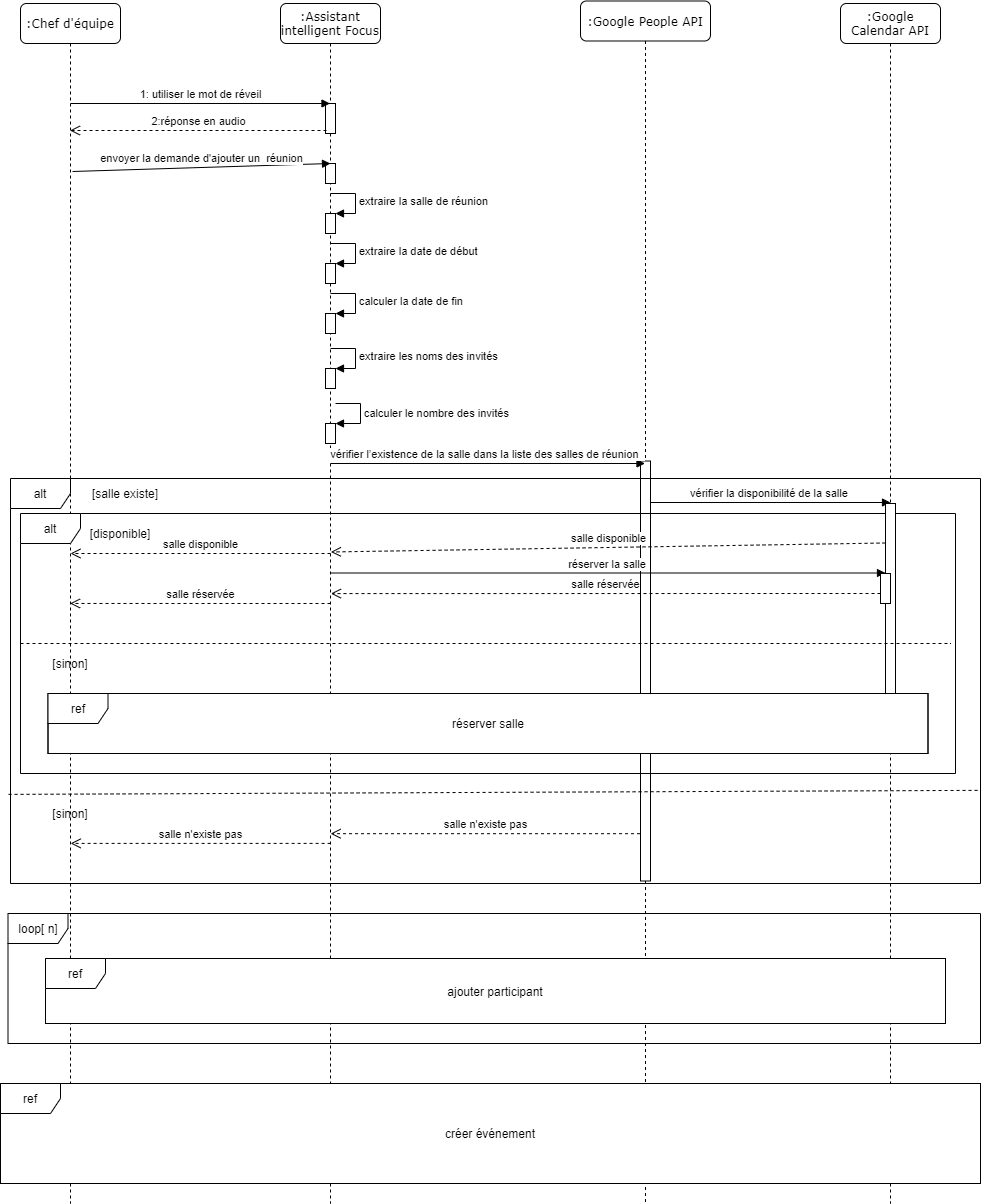
This is finalregskill.png from hanabouzid/diagrams, a draw.io export, as it was before one commit. Source tidied: cells renumbered, new cells last; positions are measured from the earlier drawing's top-left corner, leaving out a move shared by most shapes.
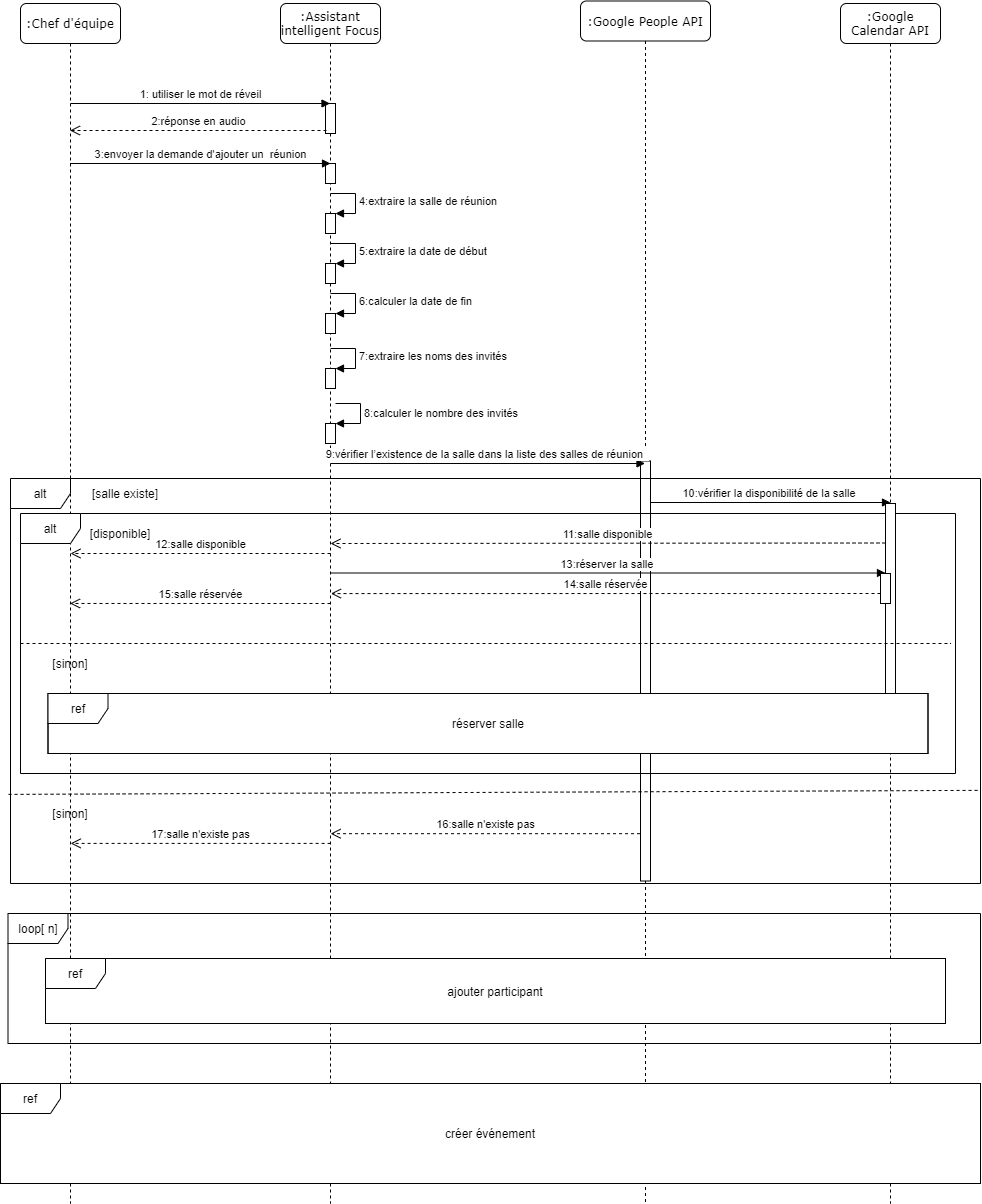
The same file after the commit.

What changed in the source:
```diff
@@ -26,7 +26,7 @@
     <mxCell id="9" style="html=1;points=[];perimeter=orthogonalPerimeter;" parent="6" vertex="1">
       <mxGeometry x="45" y="210" width="10" height="20" as="geometry" />
     </mxCell>
-    <mxCell id="10" value="extraire la salle de réunion&amp;nbsp;" style="edgeStyle=orthogonalEdgeStyle;html=1;align=left;spacingLeft=2;endArrow=block;rounded=0;entryX=1;entryY=0;" parent="6" edge="1" target="9">
+    <mxCell id="10" value="4:extraire la salle de réunion&amp;nbsp;" style="edgeStyle=orthogonalEdgeStyle;html=1;align=left;spacingLeft=2;endArrow=block;rounded=0;entryX=1;entryY=0;" parent="6" edge="1" target="9">
       <mxGeometry relative="1" as="geometry">
         <mxPoint x="50" y="190" as="sourcePoint" />
         <Array as="points">
@@ -37,7 +37,7 @@
     <mxCell id="11" style="html=1;points=[];perimeter=orthogonalPerimeter;" parent="6" vertex="1">
       <mxGeometry x="45" y="260" width="10" height="20" as="geometry" />
     </mxCell>
-    <mxCell id="12" value="extraire la date de début" style="edgeStyle=orthogonalEdgeStyle;html=1;align=left;spacingLeft=2;endArrow=block;rounded=0;entryX=1;entryY=0;" parent="6" edge="1" target="11">
+    <mxCell id="12" value="5:extraire la date de début" style="edgeStyle=orthogonalEdgeStyle;html=1;align=left;spacingLeft=2;endArrow=block;rounded=0;entryX=1;entryY=0;" parent="6" edge="1" target="11">
       <mxGeometry relative="1" as="geometry">
         <mxPoint x="50" y="240" as="sourcePoint" />
         <Array as="points">
@@ -48,7 +48,7 @@
     <mxCell id="13" style="html=1;points=[];perimeter=orthogonalPerimeter;" parent="6" vertex="1">
       <mxGeometry x="45" y="310" width="10" height="20" as="geometry" />
     </mxCell>
-    <mxCell id="14" value="calculer la date de fin" style="edgeStyle=orthogonalEdgeStyle;html=1;align=left;spacingLeft=2;endArrow=block;rounded=0;entryX=1;entryY=0;" parent="6" edge="1" target="13">
+    <mxCell id="14" value="6:calculer la date de fin" style="edgeStyle=orthogonalEdgeStyle;html=1;align=left;spacingLeft=2;endArrow=block;rounded=0;entryX=1;entryY=0;" parent="6" edge="1" target="13">
       <mxGeometry relative="1" as="geometry">
         <mxPoint x="50" y="290" as="sourcePoint" />
         <Array as="points">
@@ -59,7 +59,7 @@
     <mxCell id="15" style="html=1;points=[];perimeter=orthogonalPerimeter;" parent="6" vertex="1">
       <mxGeometry x="45" y="365" width="10" height="20" as="geometry" />
     </mxCell>
-    <mxCell id="16" value="extraire les noms des invités" style="edgeStyle=orthogonalEdgeStyle;html=1;align=left;spacingLeft=2;endArrow=block;rounded=0;entryX=1;entryY=0;" parent="6" edge="1" target="15">
+    <mxCell id="16" value="7:extraire les noms des invités" style="edgeStyle=orthogonalEdgeStyle;html=1;align=left;spacingLeft=2;endArrow=block;rounded=0;entryX=1;entryY=0;" parent="6" edge="1" target="15">
       <mxGeometry relative="1" as="geometry">
         <mxPoint x="50" y="345" as="sourcePoint" />
         <Array as="points">
@@ -80,7 +80,7 @@
         <mxPoint x="69.5" y="129" as="targetPoint" />
       </mxGeometry>
     </mxCell>
-    <mxCell id="20" value="envoyer la demande d'ajouter un&amp;nbsp; réunion" style="html=1;verticalAlign=bottom;endArrow=block;exitX=0.52;exitY=0.14;exitDx=0;exitDy=0;exitPerimeter=0;" parent="1" edge="1" source="2">
+    <mxCell id="20" value="3:envoyer la demande d'ajouter un&amp;nbsp; réunion" style="html=1;verticalAlign=bottom;endArrow=block;" parent="1" edge="1" source="2">
       <mxGeometry relative="1" as="geometry">
         <mxPoint x="330" y="162" as="targetPoint" />
       </mxGeometry>
@@ -91,7 +91,7 @@
     <mxCell id="22" value="ref" style="shape=umlFrame;whiteSpace=wrap;html=1;" parent="1" vertex="1">
       <mxGeometry y="1082" width="980" height="100" as="geometry" />
     </mxCell>
-    <mxCell id="23" value="calculer le nombre des invités" style="edgeStyle=orthogonalEdgeStyle;html=1;align=left;spacingLeft=2;endArrow=block;rounded=0;entryX=1;entryY=0;" parent="1" edge="1" target="17">
+    <mxCell id="23" value="8:calculer le nombre des invités" style="edgeStyle=orthogonalEdgeStyle;html=1;align=left;spacingLeft=2;endArrow=block;rounded=0;entryX=1;entryY=0;" parent="1" edge="1" target="17">
       <mxGeometry relative="1" as="geometry">
         <mxPoint x="335" y="402" as="sourcePoint" />
         <Array as="points">
@@ -111,7 +111,7 @@
     <mxCell id="27" value="alt" style="shape=umlFrame;whiteSpace=wrap;html=1;" parent="1" vertex="1">
       <mxGeometry x="10" y="477" width="970" height="405" as="geometry" />
     </mxCell>
-    <mxCell id="28" value="vérifier l’existence de la salle dans la liste des salles de réunion&amp;nbsp;&amp;nbsp;" style="html=1;verticalAlign=bottom;endArrow=block;" parent="1" edge="1" target="3">
+    <mxCell id="28" value="9:vérifier l’existence de la salle dans la liste des salles de réunion&amp;nbsp;&amp;nbsp;" style="html=1;verticalAlign=bottom;endArrow=block;" parent="1" edge="1" target="3">
       <mxGeometry relative="1" as="geometry">
         <mxPoint x="330" y="462" as="sourcePoint" />
       </mxGeometry>
@@ -119,7 +119,7 @@
     <mxCell id="29" value="[salle existe]" style="text;html=1;strokeColor=none;fillColor=none;align=center;verticalAlign=middle;whiteSpace=wrap;rounded=0;" parent="1" vertex="1">
       <mxGeometry x="70" y="482" width="110" height="20" as="geometry" />
     </mxCell>
-    <mxCell id="30" value="vérifier la disponibilité de la salle&amp;nbsp;" style="html=1;verticalAlign=bottom;endArrow=block;" parent="1" edge="1">
+    <mxCell id="30" value="10:vérifier la disponibilité de la salle&amp;nbsp;" style="html=1;verticalAlign=bottom;endArrow=block;" parent="1" edge="1">
       <mxGeometry relative="1" as="geometry">
         <mxPoint x="650" y="501" as="sourcePoint" />
         <mxPoint x="890" y="501" as="targetPoint" />
@@ -134,18 +134,19 @@
     <mxCell id="33" style="html=1;points=[];perimeter=orthogonalPerimeter;" parent="1" vertex="1">
       <mxGeometry x="885" y="502" width="10" height="210" as="geometry" />
     </mxCell>
-    <mxCell id="34" value="salle disponible" style="html=1;verticalAlign=bottom;endArrow=open;dashed=1;endSize=8;entryX=0.332;entryY=0.148;entryDx=0;entryDy=0;entryPerimeter=0;" parent="1" edge="1" target="31">
+    <mxCell id="34" value="11:salle disponible" style="html=1;verticalAlign=bottom;endArrow=open;dashed=1;endSize=8;" parent="1" edge="1">
       <mxGeometry relative="1" as="geometry">
         <mxPoint x="885" y="541.5" as="sourcePoint" />
+        <mxPoint x="330" y="542" as="targetPoint" />
       </mxGeometry>
     </mxCell>
-    <mxCell id="35" value="salle disponible" style="html=1;verticalAlign=bottom;endArrow=open;dashed=1;endSize=8;" parent="1" edge="1">
+    <mxCell id="35" value="12:salle disponible" style="html=1;verticalAlign=bottom;endArrow=open;dashed=1;endSize=8;" parent="1" edge="1">
       <mxGeometry relative="1" as="geometry">
         <mxPoint x="330" y="552" as="sourcePoint" />
         <mxPoint x="70" y="552" as="targetPoint" />
       </mxGeometry>
     </mxCell>
-    <mxCell id="36" value="réserver la salle&amp;nbsp;" style="html=1;verticalAlign=bottom;endArrow=block;" parent="1" edge="1" target="33">
+    <mxCell id="36" value="13:réserver la salle&amp;nbsp;" style="html=1;verticalAlign=bottom;endArrow=block;" parent="1" edge="1" target="33">
       <mxGeometry relative="1" as="geometry">
         <mxPoint x="330" y="571.5" as="sourcePoint" />
       </mxGeometry>
@@ -153,12 +154,12 @@
     <mxCell id="37" style="html=1;perimeter=orthogonalPerimeter;" parent="1" vertex="1">
       <mxGeometry x="880" y="572" width="10" height="30" as="geometry" />
     </mxCell>
-    <mxCell id="38" value="salle réservée" style="html=1;verticalAlign=bottom;endArrow=open;dashed=1;endSize=8;entryX=0.332;entryY=0.308;entryDx=0;entryDy=0;entryPerimeter=0;" parent="1" edge="1" target="31">
+    <mxCell id="38" value="14:salle réservée" style="html=1;verticalAlign=bottom;endArrow=open;dashed=1;endSize=8;entryX=0.332;entryY=0.308;entryDx=0;entryDy=0;entryPerimeter=0;" parent="1" edge="1" target="31">
       <mxGeometry relative="1" as="geometry">
         <mxPoint x="880" y="592" as="sourcePoint" />
       </mxGeometry>
     </mxCell>
-    <mxCell id="39" value="salle réservée" style="html=1;verticalAlign=bottom;endArrow=open;dashed=1;endSize=8;entryX=0.053;entryY=0.346;entryDx=0;entryDy=0;entryPerimeter=0;" parent="1" edge="1" target="31">
+    <mxCell id="39" value="15:salle réservée" style="html=1;verticalAlign=bottom;endArrow=open;dashed=1;endSize=8;entryX=0.053;entryY=0.346;entryDx=0;entryDy=0;entryPerimeter=0;" parent="1" edge="1" target="31">
       <mxGeometry relative="1" as="geometry">
         <mxPoint x="330" y="602" as="sourcePoint" />
       </mxGeometry>
@@ -178,13 +179,13 @@
     <mxCell id="44" style="endArrow=none;dashed=1;html=1;strokeWidth=1;exitX=-0.002;exitY=0.78;exitDx=0;exitDy=0;exitPerimeter=0;entryX=1;entryY=0.77;entryDx=0;entryDy=0;entryPerimeter=0;" parent="1" edge="1" source="27" target="27">
       <mxGeometry relative="1" as="geometry" />
     </mxCell>
-    <mxCell id="45" value="salle n'existe pas" style="html=1;verticalAlign=bottom;endArrow=open;dashed=1;endSize=8;strokeWidth=1;exitX=0.649;exitY=0.877;exitDx=0;exitDy=0;exitPerimeter=0;entryX=0.33;entryY=0.877;entryDx=0;entryDy=0;entryPerimeter=0;" parent="1" edge="1" source="27" target="27">
+    <mxCell id="45" value="16:salle n'existe pas" style="html=1;verticalAlign=bottom;endArrow=open;dashed=1;endSize=8;strokeWidth=1;exitX=0.649;exitY=0.877;exitDx=0;exitDy=0;exitPerimeter=0;entryX=0.33;entryY=0.877;entryDx=0;entryDy=0;entryPerimeter=0;" parent="1" edge="1" source="27" target="27">
       <mxGeometry relative="1" as="geometry" />
     </mxCell>
     <mxCell id="46" value="[sinon]" style="text;html=1;strokeColor=none;fillColor=none;align=center;verticalAlign=middle;whiteSpace=wrap;rounded=0;" parent="1" vertex="1">
       <mxGeometry x="50" y="802" width="40" height="20" as="geometry" />
     </mxCell>
-    <mxCell id="47" value="salle n'existe pas" style="html=1;verticalAlign=bottom;endArrow=open;dashed=1;endSize=8;strokeWidth=1;entryX=0.062;entryY=0.901;entryDx=0;entryDy=0;entryPerimeter=0;exitX=0.33;exitY=0.901;exitDx=0;exitDy=0;exitPerimeter=0;" parent="1" edge="1" source="27" target="27">
+    <mxCell id="47" value="17:salle n'existe pas" style="html=1;verticalAlign=bottom;endArrow=open;dashed=1;endSize=8;strokeWidth=1;entryX=0.062;entryY=0.901;entryDx=0;entryDy=0;entryPerimeter=0;exitX=0.33;exitY=0.901;exitDx=0;exitDy=0;exitPerimeter=0;" parent="1" edge="1" source="27" target="27">
       <mxGeometry relative="1" as="geometry" />
     </mxCell>
   </root>
```
